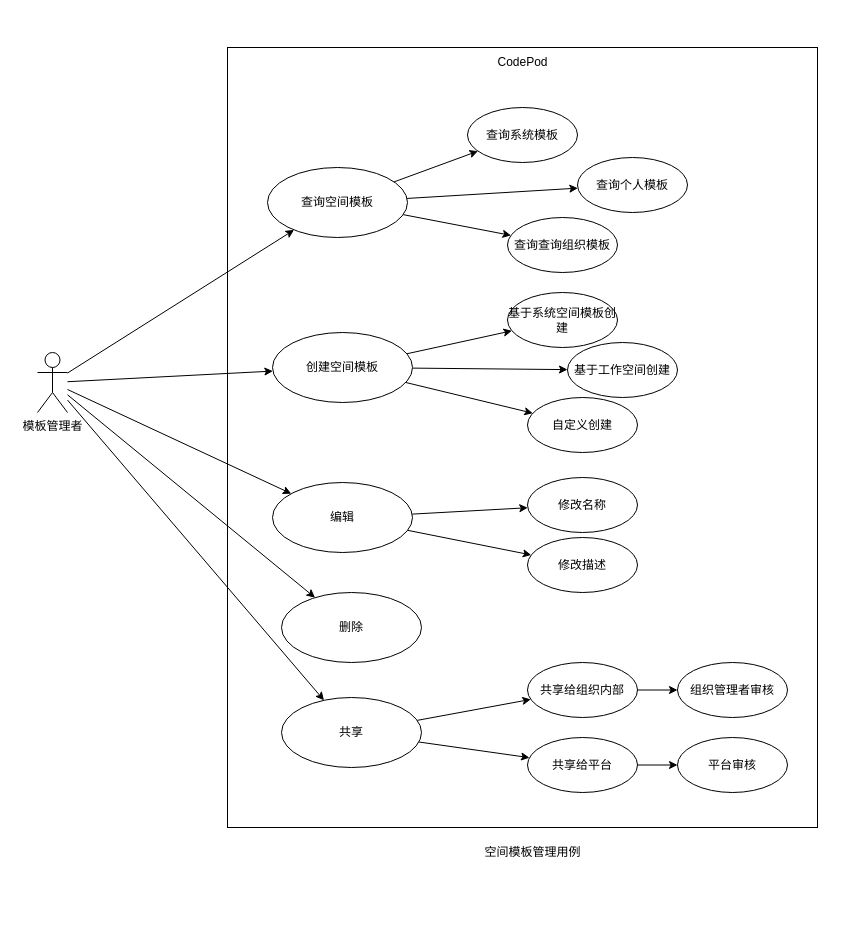
The draw.io diagram page "空间模板" (3 of 8) of business/_design/business_case.drawio in codepodspace/docs, before the edit. Source tidied: cells renumbered, new cells numbered last; positions are measured from the earlier drawing's top-left corner, leaving out a move shared by most shapes. Both pictures are drawn from the tidied source at 100%, with x=0, y=0 at pixel (37, 47).
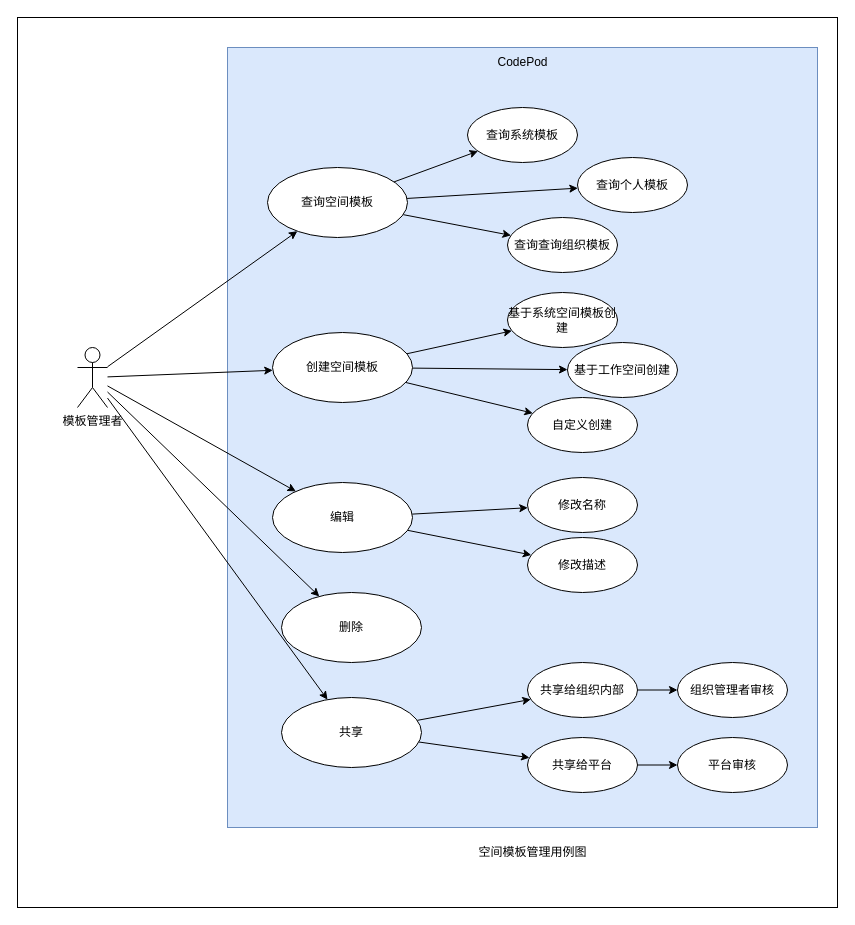
The same diagram, later.

Diff of the diagram source:
```diff
@@
+    <mxCell id="40" style="rounded=0;whiteSpace=wrap;html=1;" parent="1" vertex="1">
+      <mxGeometry x="-20" y="-30" width="820" height="890" as="geometry" />
+    </mxCell>
-    <mxCell id="2" style="rounded=0;whiteSpace=wrap;html=1;" parent="1" vertex="1">
+    <mxCell id="2" style="rounded=0;whiteSpace=wrap;html=1;fillColor=#dae8fc;strokeColor=#6c8ebf;" parent="1" vertex="1">
       <mxGeometry x="190" width="590" height="780" as="geometry" />
     </mxCell>
@@
     <mxCell id="7" value="模板管理者" style="shape=umlActor;verticalLabelPosition=bottom;verticalAlign=top;html=1;" parent="1" vertex="1">
-      <mxGeometry y="305" width="30" height="60" as="geometry" />
+      <mxGeometry x="40" y="300" width="30" height="60" as="geometry" />
     </mxCell>
@@
-    <mxCell id="14" value="空间模板管理用例" style="text;html=1;align=center;verticalAlign=middle;strokeColor=none;fillColor=none;" parent="1" vertex="1">
-      <mxGeometry x="435" y="790" width="120" height="30" as="geometry" />
+    <mxCell id="14" value="空间模板管理用例图" style="text;html=1;align=center;verticalAlign=middle;strokeColor=none;fillColor=none;" parent="1" vertex="1">
+      <mxGeometry x="430" y="790" width="130" height="30" as="geometry" />
     </mxCell>
```
